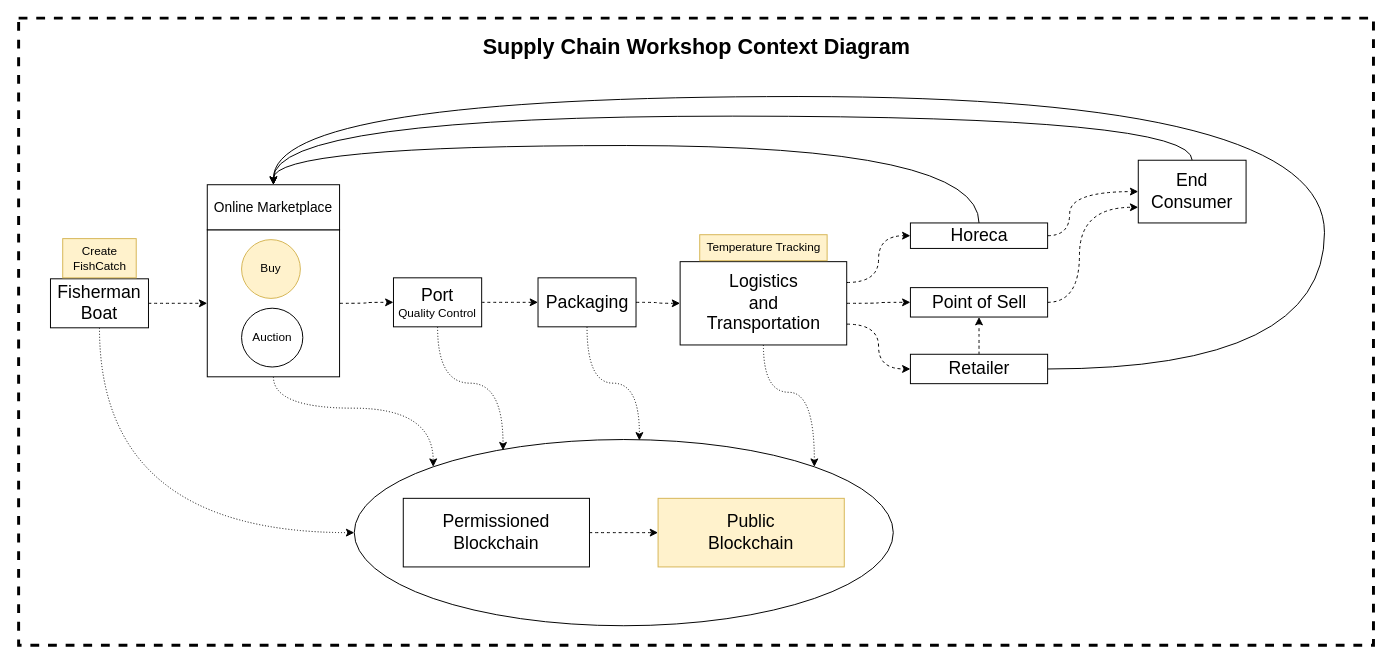
This is docs/SupplyChain Workshop Diagram.drawio from Bitcliq-Technologies/supplyChainETH-workshop, a draw.io file, before an edit. Source tidied: cells renumbered, new cells numbered last; positions are measured from the earlier drawing's top-left corner, leaving out a move shared by most shapes. Both pictures are drawn from the tidied source at 98%, with x=0, y=0 at pixel (19, 18).
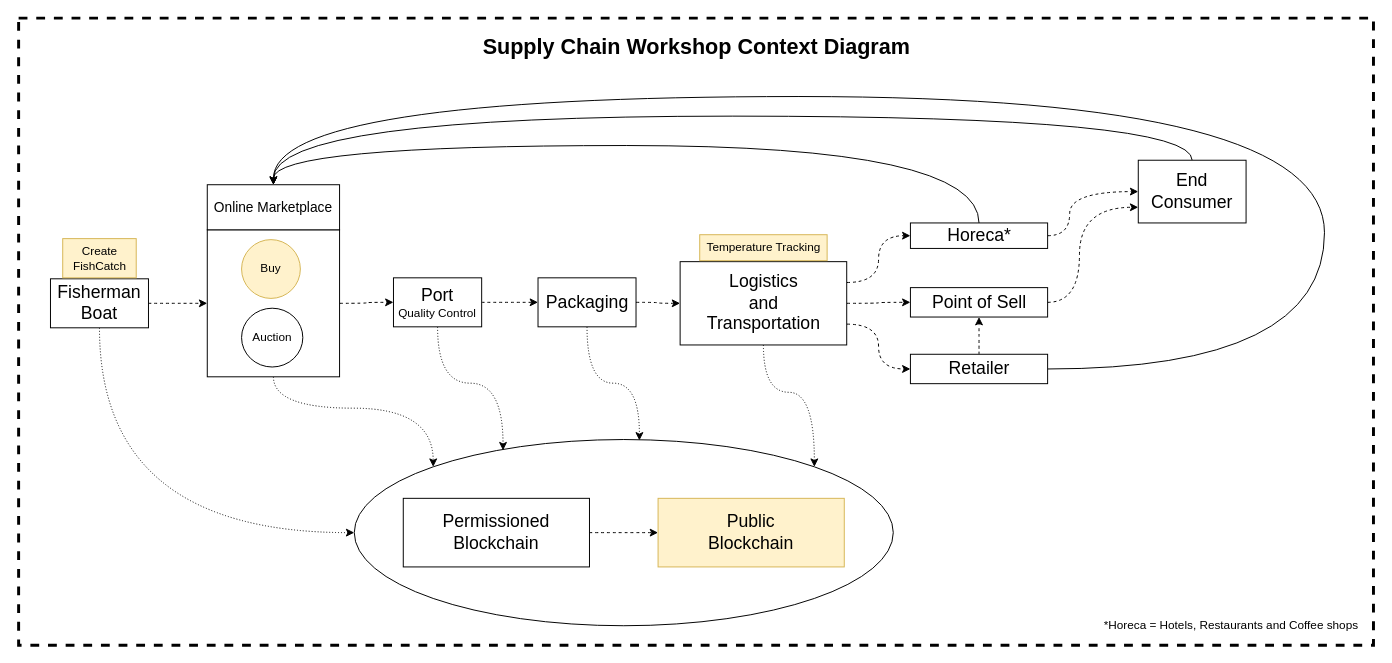
After the change.

Diff of the diagram source:
```diff
@@
-    <mxCell id="25" value="&lt;font&gt;&lt;font style=&quot;font-size: 18px&quot;&gt;Horeca&lt;/font&gt;&lt;br&gt;&lt;/font&gt;" style="rounded=0;whiteSpace=wrap;html=1;" parent="1" vertex="1">
+    <mxCell id="25" value="&lt;font&gt;&lt;font style=&quot;font-size: 18px&quot;&gt;Horeca*&lt;/font&gt;&lt;br&gt;&lt;/font&gt;" style="rounded=0;whiteSpace=wrap;html=1;" parent="1" vertex="1">
       <mxGeometry x="909.5" y="209" width="140" height="26" as="geometry" />
     </mxCell>
@@
+    <mxCell id="40" value="*Horeca = Hotels, Restaurants and Coffee shops" style="text;html=1;strokeColor=none;fillColor=none;align=center;verticalAlign=middle;whiteSpace=wrap;rounded=0;" parent="1" vertex="1">
+      <mxGeometry x="1102" y="610" width="270" height="20" as="geometry" />
+    </mxCell>
```
